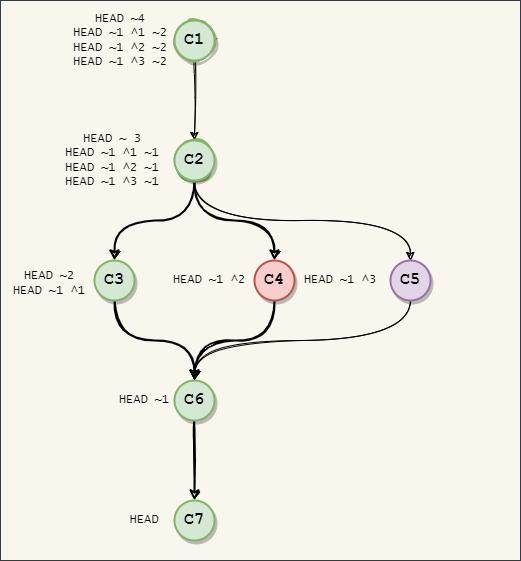
The draw.io diagram Assets/images/git-selectors.png in braboj/tutorial-git, before a commit. Source tidied: cells renumbered, new cells last; positions are measured from the earlier drawing's top-left corner, leaving out a move shared by most shapes.
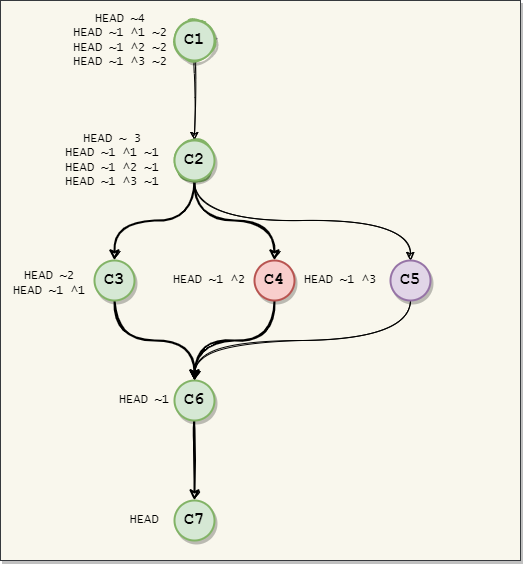
The same file after the commit.

Change to the diagram source:
```diff
@@ -2,7 +2,7 @@
   <root>
     <mxCell id="0" />
     <mxCell id="1" parent="0" />
-    <mxCell id="2" style="whiteSpace=wrap;html=1;shadow=0;fillStyle=auto;sketch=0;fillColor=#f9f7ed;strokeColor=#36393d;glass=0;" parent="1" vertex="1">
+    <mxCell id="2" style="whiteSpace=wrap;html=1;shadow=1;fillStyle=auto;sketch=0;fillColor=#f9f7ed;strokeColor=#36393d;glass=0;" parent="1" vertex="1">
       <mxGeometry width="520" height="560" as="geometry" />
     </mxCell>
     <mxCell id="3" style="edgeStyle=orthogonalEdgeStyle;jettySize=auto;html=1;exitX=0.5;exitY=1;exitDx=0;exitDy=0;curved=1;sketch=1;" parent="1" edge="1" source="15" target="7">
```
